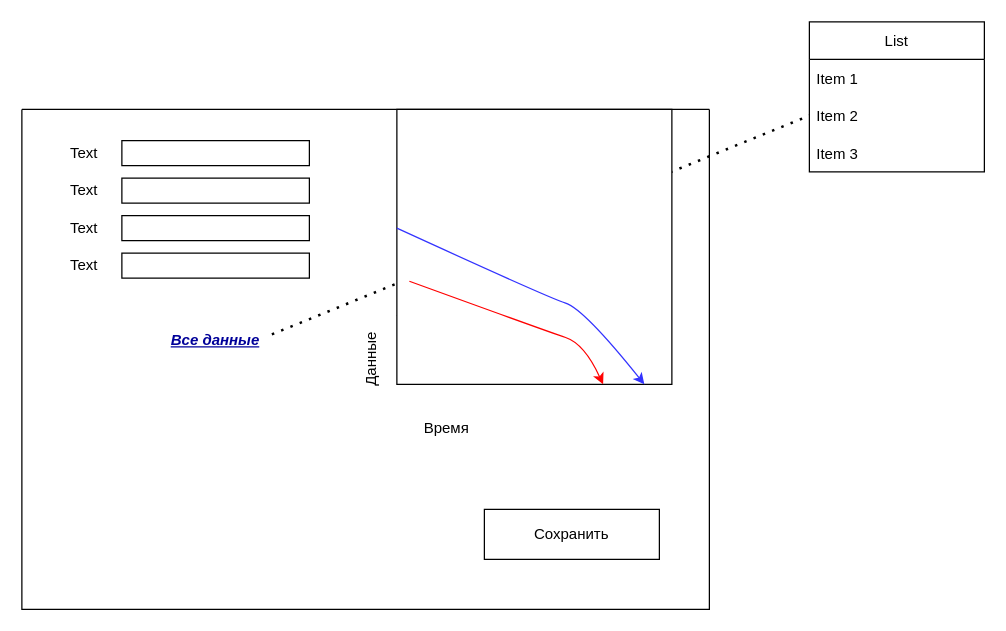
The draw.io diagram diagrams/Untitled Diagram.drawio in LenarXLA/diagrams, before the edit. Source tidied: cells renumbered, new cells numbered last; positions are measured from the earlier drawing's top-left corner, leaving out a move shared by most shapes. Both pictures are drawn from the tidied source at 125%, with x=0, y=0 at pixel (21, 21).
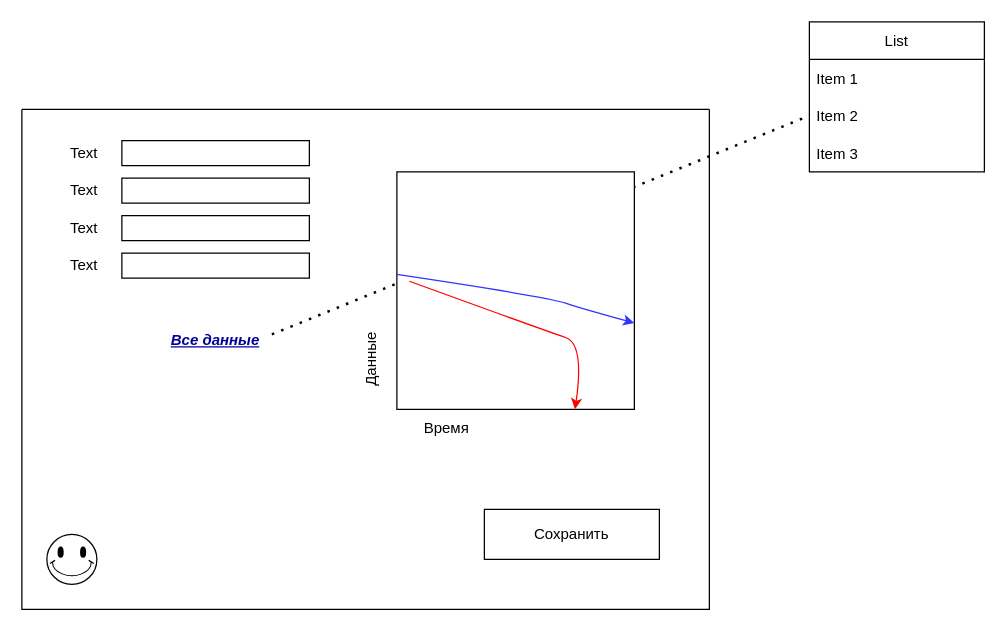
The same page after the edit.

The change refers to these unchanged cells:
```xml
<mxCell id="3" style="swimlane;startSize=0;" parent="1" vertex="1">
  <mxGeometry y="70" width="550" height="400" as="geometry" />
</mxCell>
```

What changed in the source:
```diff
@@
-    <mxCell id="21" style="curved=1;endArrow=classic;html=1;rounded=0;startArrow=none;" parent="1" edge="1" source="22">
-      <mxGeometry relative="1" as="geometry">
-        <mxPoint x="360" y="230" as="targetPoint" />
-        <Array as="points">
-          <mxPoint x="310" y="230" />
-        </Array>
-      </mxGeometry>
-    </mxCell>
+    <mxCell id="29" style="verticalLabelPosition=bottom;verticalAlign=top;html=1;shape=mxgraph.basic.smiley;fontColor=none;" parent="3" vertex="1">
+      <mxGeometry x="20" y="340" width="40" height="40" as="geometry" />
+    </mxCell>
-    <mxCell id="22" style="whiteSpace=wrap;html=1;" parent="1" vertex="1">
-      <mxGeometry x="300" y="70" width="220" height="220" as="geometry" />
+    <mxCell id="22" style="whiteSpace=wrap;html=1;" parent="3" vertex="1">
+      <mxGeometry x="300" y="50" width="190" height="190" as="geometry" />
     </mxCell>
-    <mxCell id="23" style="curved=1;endArrow=classic;html=1;rounded=0;exitX=0;exitY=0.432;exitDx=0;exitDy=0;exitPerimeter=0;strokeColor=#3333FF;" parent="1" edge="1" source="22" target="22">
+    <mxCell id="23" style="curved=1;endArrow=classic;html=1;rounded=0;exitX=0;exitY=0.432;exitDx=0;exitDy=0;exitPerimeter=0;strokeColor=#3333FF;" parent="3" edge="1" source="22" target="22">
       <mxGeometry relative="1" as="geometry">
         <Array as="points">
-          <mxPoint x="420" y="220" />
-          <mxPoint x="450" y="230" />
+          <mxPoint x="420" y="150" />
+          <mxPoint x="450" y="160" />
         </Array>
       </mxGeometry>
     </mxCell>
```
